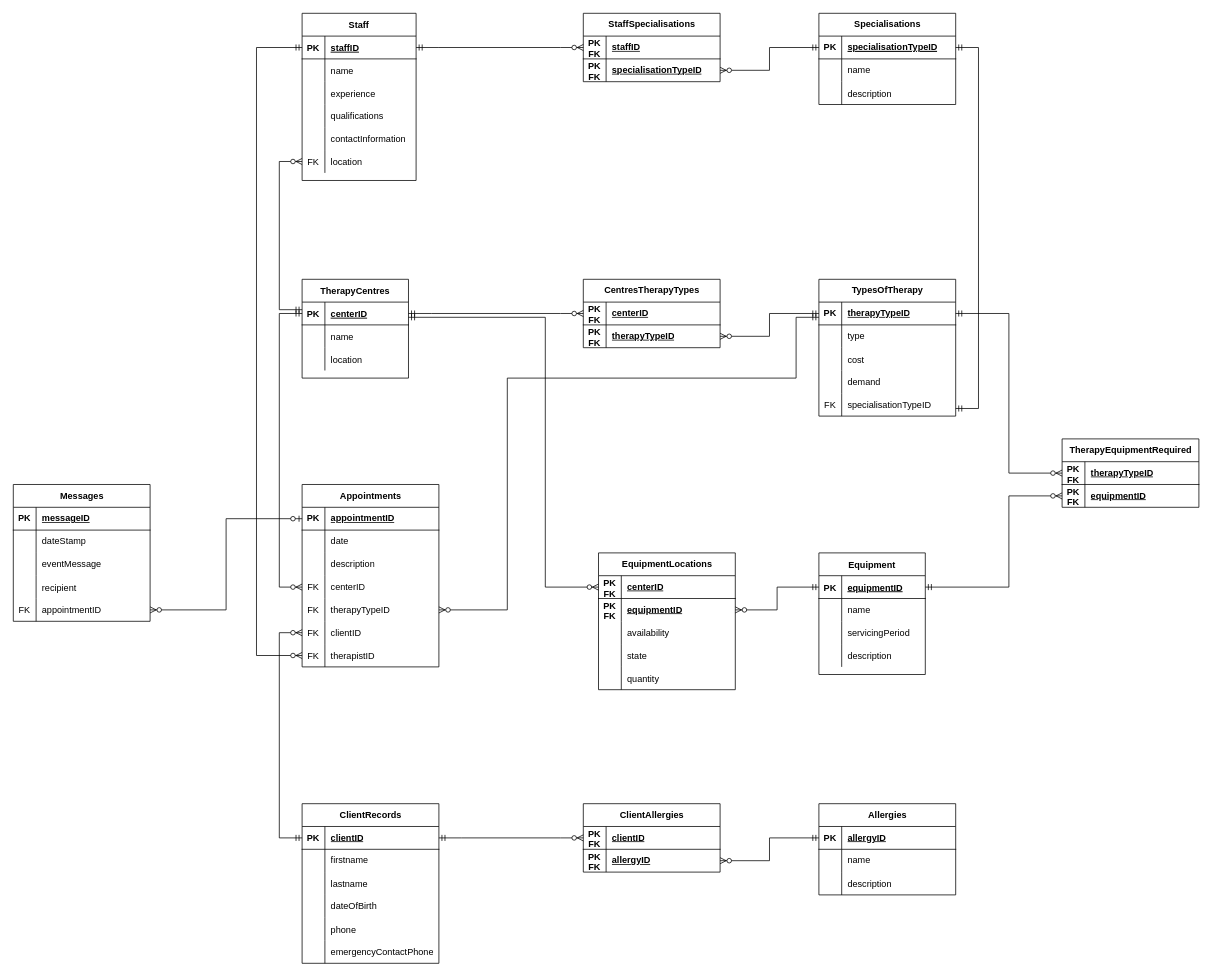
This is Assignment3A.drawio from GreenFella/databaseclass, a draw.io file, before an edit. Source tidied: cells renumbered, new cells numbered last; positions are measured from the earlier drawing's top-left corner, leaving out a move shared by most shapes. Both pictures are drawn from the tidied source at 76%, with x=0, y=0 at pixel (13, 13).
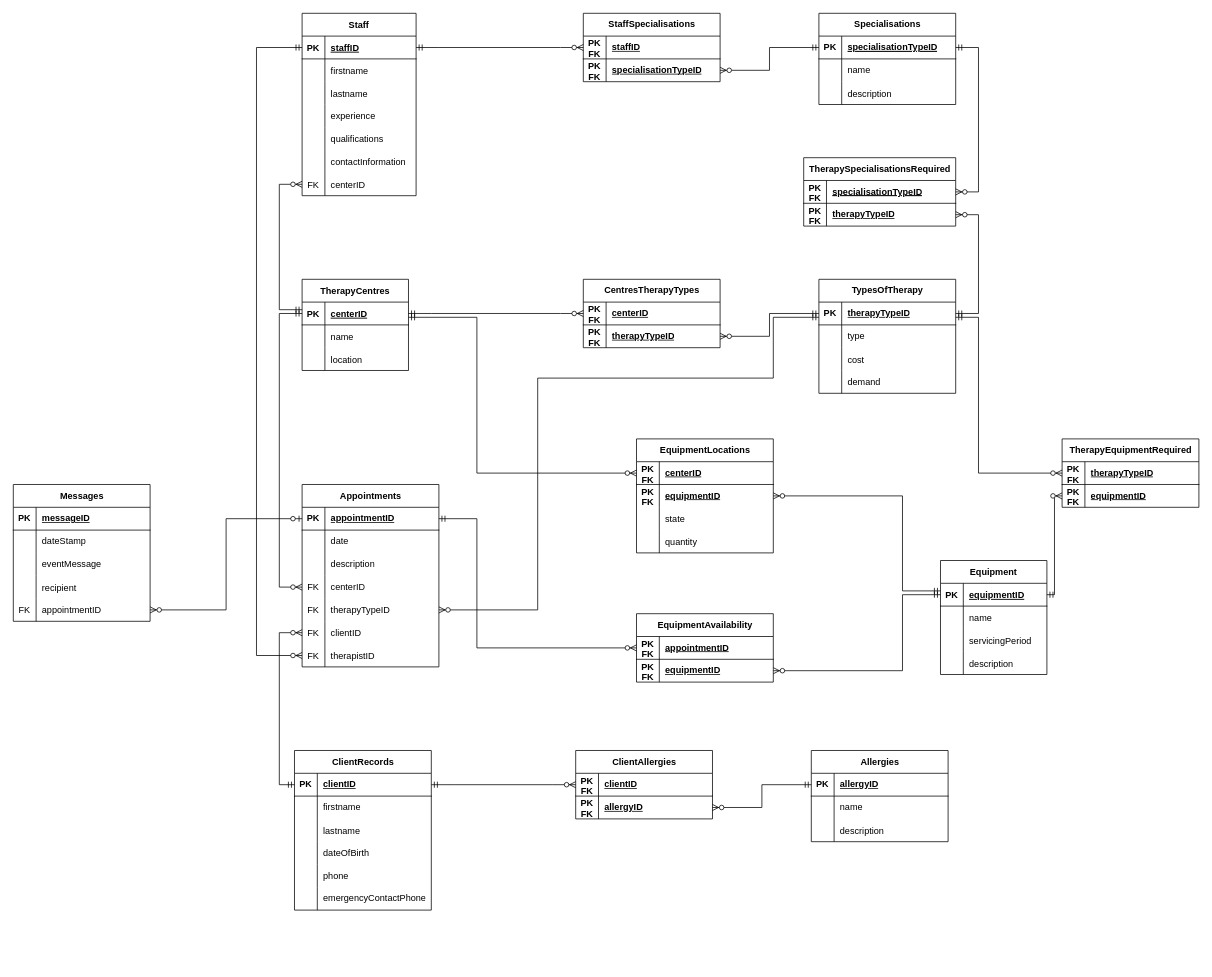
After the change.

The change refers to these unchanged cells:
```xml
<mxCell id="3" style="shape=partialRectangle;fillColor=none;points=[[0,0.5],[1,0.5]];portConstraint=eastwest;top=0;left=0;right=0;bottom=1;" parent="2" vertex="1">
  <mxGeometry y="30" width="140" height="30" as="geometry" />
</mxCell>
<mxCell id="13" style="shape=partialRectangle;fillColor=none;points=[[0,0.5],[1,0.5]];portConstraint=eastwest;top=0;left=0;right=0;bottom=1;" parent="12" vertex="1">
  <mxGeometry y="30" width="140" height="30" as="geometry" />
</mxCell>
<mxCell id="29" style="shape=tableRow;horizontal=0;startSize=0;swimlaneHead=0;swimlaneBody=0;fillColor=none;top=0;left=0;right=0;bottom=0;" parent="25" vertex="1">
  <mxGeometry y="60" width="150" height="30" as="geometry" />
</mxCell>
<mxCell id="45" style="shape=tableRow;horizontal=0;startSize=0;swimlaneHead=0;swimlaneBody=0;fillColor=none;points=[[0,0.5],[1,0.5]];portConstraint=eastwest;top=0;left=0;right=0;bottom=1;" parent="44" vertex="1">
  <mxGeometry y="30" width="180" height="30" as="geometry" />
</mxCell>
<mxCell id="61" style="shape=tableRow;horizontal=0;startSize=0;swimlaneHead=0;swimlaneBody=0;fillColor=none;points=[[0,0.5],[1,0.5]];portConstraint=eastwest;top=0;left=0;right=0;bottom=1;" parent="60" vertex="1">
  <mxGeometry y="30" width="180" height="30" as="geometry" />
</mxCell>
<mxCell id="80" style="shape=tableRow;horizontal=0;startSize=0;swimlaneHead=0;swimlaneBody=0;fillColor=none;points=[[0,0.5],[1,0.5]];portConstraint=eastwest;top=0;left=0;right=0;bottom=1;" parent="79" vertex="1">
  <mxGeometry y="30" width="180" height="30" as="geometry" />
</mxCell>
<mxCell id="92" style="shape=tableRow;horizontal=0;startSize=0;swimlaneHead=0;swimlaneBody=0;fillColor=none;points=[[0,0.5],[1,0.5]];portConstraint=eastwest;top=0;left=0;right=0;bottom=0;" parent="79" vertex="1">
  <mxGeometry y="150" width="180" height="30" as="geometry" />
</mxCell>
<mxCell id="95" style="shape=tableRow;horizontal=0;startSize=0;swimlaneHead=0;swimlaneBody=0;fillColor=none;points=[[0,0.5],[1,0.5]];portConstraint=eastwest;top=0;left=0;right=0;bottom=0;" parent="79" vertex="1">
  <mxGeometry y="180" width="180" height="30" as="geometry" />
</mxCell>
<mxCell id="119" style="shape=tableRow;horizontal=0;startSize=0;swimlaneHead=0;swimlaneBody=0;fillColor=none;points=[[0,0.5],[1,0.5]];portConstraint=eastwest;top=0;left=0;right=0;bottom=1;" parent="118" vertex="1">
  <mxGeometry y="30" width="180" height="30" as="geometry" />
</mxCell>
<mxCell id="152" style="shape=tableRow;horizontal=0;startSize=0;swimlaneHead=0;swimlaneBody=0;fillColor=none;points=[[0,0.5],[1,0.5]];portConstraint=eastwest;top=0;left=0;right=0;bottom=1;" parent="151" vertex="1">
  <mxGeometry y="30" width="180" height="30" as="geometry" />
</mxCell>
<mxCell id="155" style="shape=tableRow;horizontal=0;startSize=0;swimlaneHead=0;swimlaneBody=0;fillColor=none;points=[[0,0.5],[1,0.5]];portConstraint=eastwest;top=0;left=0;right=0;bottom=0;" parent="151" vertex="1">
  <mxGeometry y="60" width="180" height="30" as="geometry" />
</mxCell>
<mxCell id="163" style="shape=tableRow;horizontal=0;startSize=0;swimlaneHead=0;swimlaneBody=0;fillColor=none;points=[[0,0.5],[1,0.5]];portConstraint=eastwest;top=0;left=0;right=0;bottom=1;" parent="162" vertex="1">
  <mxGeometry y="30" width="180" height="30" as="geometry" />
</mxCell>
<mxCell id="166" style="shape=tableRow;horizontal=0;startSize=0;swimlaneHead=0;swimlaneBody=0;fillColor=none;points=[[0,0.5],[1,0.5]];portConstraint=eastwest;top=0;left=0;right=0;bottom=0;" parent="162" vertex="1">
  <mxGeometry y="60" width="180" height="30" as="geometry" />
</mxCell>
```

Change to the diagram source:
```diff
@@
     <mxCell id="2" value="TherapyCentres" style="shape=table;startSize=30;childLayout=tableLayout;rowLines=0;fontStyle=1;align=center;" parent="1" vertex="1">
-      <mxGeometry x="380" y="350" width="140" height="130" as="geometry" />
+      <mxGeometry x="380" y="350" width="140" height="120" as="geometry" />
     </mxCell>
@@
     <mxCell id="12" value="Equipment" style="shape=table;startSize=30;childLayout=tableLayout;rowLines=0;fontStyle=1;align=center;" parent="1" vertex="1">
-      <mxGeometry x="1060" y="710" width="140" height="160" as="geometry" />
+      <mxGeometry x="1220" y="720" width="140" height="150" as="geometry" />
     </mxCell>
@@
     <mxCell id="25" value="Staff" style="shape=table;startSize=30;childLayout=tableLayout;rowLines=0;fontStyle=1;align=center;" parent="1" vertex="1">
-      <mxGeometry x="380" width="150" height="220" as="geometry" />
+      <mxGeometry x="380" width="150" height="240" as="geometry" />
     </mxCell>
@@
-    <mxCell id="31" value="name" style="shape=partialRectangle;fillColor=none;top=0;left=0;bottom=0;right=0;align=left;spacingLeft=6;overflow=hidden;" parent="29" vertex="1">
+    <mxCell id="31" value="firstname" style="shape=partialRectangle;fillColor=none;top=0;left=0;bottom=0;right=0;align=left;spacingLeft=6;overflow=hidden;" parent="29" vertex="1">
       <mxGeometry x="30" width="120" height="30" as="geometry" />
     </mxCell>
+    <mxCell id="199" style="shape=tableRow;horizontal=0;startSize=0;swimlaneHead=0;swimlaneBody=0;fillColor=none;top=0;left=0;right=0;bottom=0;" parent="25" vertex="1">
+      <mxGeometry y="90" width="150" height="30" as="geometry" />
+    </mxCell>
+    <mxCell id="170" style="shape=partialRectangle;fillColor=none;top=0;left=0;bottom=0;right=0;overflow=hidden;" parent="199" vertex="1">
+      <mxGeometry width="30" height="30" as="geometry" />
+    </mxCell>
+    <mxCell id="200" value="lastname" style="shape=partialRectangle;fillColor=none;top=0;left=0;bottom=0;right=0;align=left;spacingLeft=6;overflow=hidden;" parent="199" vertex="1">
+      <mxGeometry x="30" width="120" height="30" as="geometry" />
+    </mxCell>
     <mxCell id="32" style="shape=tableRow;horizontal=0;startSize=0;swimlaneHead=0;swimlaneBody=0;fillColor=none;top=0;left=0;right=0;bottom=0;" parent="25" vertex="1">
-      <mxGeometry y="90" width="150" height="30" as="geometry" />
+      <mxGeometry y="120" width="150" height="30" as="geometry" />
     </mxCell>
@@
     <mxCell id="35" style="shape=tableRow;horizontal=0;startSize=0;swimlaneHead=0;swimlaneBody=0;fillColor=none;top=0;left=0;right=0;bottom=0;" parent="25" vertex="1">
-      <mxGeometry y="120" width="150" height="30" as="geometry" />
+      <mxGeometry y="150" width="150" height="30" as="geometry" />
     </mxCell>
@@
     <mxCell id="38" style="shape=tableRow;horizontal=0;startSize=0;swimlaneHead=0;swimlaneBody=0;fillColor=none;top=0;left=0;right=0;bottom=0;" parent="25" vertex="1">
-      <mxGeometry y="150" width="150" height="30" as="geometry" />
+      <mxGeometry y="180" width="150" height="30" as="geometry" />
     </mxCell>
@@
     <mxCell id="41" style="shape=partialRectangle;fillColor=none;points=[[0,0.5],[1,0.5]];portConstraint=eastwest;top=0;left=0;right=0;bottom=0;" parent="25" vertex="1">
-      <mxGeometry y="180" width="150" height="30" as="geometry" />
+      <mxGeometry y="210" width="150" height="30" as="geometry" />
     </mxCell>
@@
-    <mxCell id="43" value="location" style="shape=partialRectangle;overflow=hidden;fillColor=none;top=0;left=0;bottom=0;right=0;align=left;spacingLeft=6;" parent="41" vertex="1">
+    <mxCell id="43" value="centerID" style="shape=partialRectangle;overflow=hidden;fillColor=none;top=0;left=0;bottom=0;right=0;align=left;spacingLeft=6;" parent="41" vertex="1">
       <mxGeometry x="30" width="120" height="30" as="geometry" />
     </mxCell>
     <mxCell id="44" value="TypesOfTherapy" style="shape=table;startSize=30;childLayout=tableLayout;rowLines=0;fontStyle=1;align=center;html=1;" parent="1" vertex="1">
-      <mxGeometry x="1060" y="350" width="180" height="180" as="geometry" />
+      <mxGeometry x="1060" y="350" width="180" height="150" as="geometry" />
     </mxCell>
@@
-    <mxCell id="57" style="shape=tableRow;horizontal=0;startSize=0;swimlaneHead=0;swimlaneBody=0;fillColor=none;points=[[0,0.5],[1,0.5]];portConstraint=eastwest;top=0;left=0;right=0;bottom=0;" parent="44" vertex="1">
-      <mxGeometry y="150" width="180" height="30" as="geometry" />
-    </mxCell>
-    <mxCell id="58" value="FK" style="shape=partialRectangle;fillColor=none;top=0;left=0;bottom=0;right=0;overflow=hidden;" parent="57" vertex="1">
-      <mxGeometry width="30" height="30" as="geometry" />
-    </mxCell>
-    <mxCell id="59" value="specialisationTypeID" style="shape=partialRectangle;fillColor=none;top=0;left=0;bottom=0;right=0;align=left;spacingLeft=6;overflow=hidden;" parent="57" vertex="1">
-      <mxGeometry x="30" width="150" height="30" as="geometry" />
-    </mxCell>
     <mxCell id="60" value="ClientRecords" style="shape=table;startSize=30;childLayout=tableLayout;rowLines=0;fontStyle=1;align=center;html=1;" parent="1" vertex="1">
-      <mxGeometry x="380" y="1040" width="180" height="210" as="geometry" />
+      <mxGeometry x="370" y="970" width="180" height="210" as="geometry" />
     </mxCell>
@@
-    <mxCell id="129" style="edgeStyle=orthogonalEdgeStyle;fontSize=12;html=1;endArrow=ERmandOne;startArrow=ERmandOne;rounded=0;" parent="1" edge="1" source="57" target="119">
-      <mxGeometry relative="1" as="geometry">
-        <Array as="points">
-          <mxPoint x="1270" y="520" />
-          <mxPoint x="1270" y="45" />
-        </Array>
-      </mxGeometry>
-    </mxCell>
     <mxCell id="130" style="shape=partialRectangle;fillColor=none;top=0;left=0;bottom=0;right=0;overflow=hidden;whiteSpace=wrap;html=1;" parent="1" vertex="1">
-      <mxGeometry x="930" y="1020" width="30" height="30" as="geometry" />
+      <mxGeometry x="930" y="1040" width="30" height="30" as="geometry" />
     </mxCell>
     <mxCell id="131" value="ClientAllergies" style="shape=table;startSize=30;childLayout=tableLayout;rowLines=0;fontStyle=1;align=center;html=1;" parent="1" vertex="1">
-      <mxGeometry x="750" y="1040" width="180" height="90" as="geometry" />
+      <mxGeometry x="740" y="970" width="180" height="90" as="geometry" />
     </mxCell>
@@
     <mxCell id="139" value="Allergies" style="shape=table;startSize=30;childLayout=tableLayout;rowLines=0;fontStyle=1;align=center;html=1;" parent="1" vertex="1">
-      <mxGeometry x="1060" y="1040" width="180" height="120" as="geometry" />
+      <mxGeometry x="1050" y="970" width="180" height="120" as="geometry" />
     </mxCell>
@@
     <mxCell id="158" style="edgeStyle=orthogonalEdgeStyle;fontSize=12;html=1;endArrow=ERzeroToMany;startArrow=ERmandOne;rounded=0;" parent="1" edge="1" source="13" target="155">
       <mxGeometry relative="1" as="geometry">
         <Array as="points">
-          <mxPoint x="1310" y="755" />
-          <mxPoint x="1310" y="635" />
+          <mxPoint x="1370" y="765" />
+          <mxPoint x="1370" y="635" />
         </Array>
       </mxGeometry>
     </mxCell>
     <mxCell id="159" style="edgeStyle=orthogonalEdgeStyle;fontSize=12;html=1;endArrow=ERzeroToMany;startArrow=ERmandOne;rounded=0;" parent="1" edge="1" source="45" target="152">
-      <mxGeometry relative="1" as="geometry" />
+      <mxGeometry relative="1" as="geometry">
+        <Array as="points">
+          <mxPoint x="1270" y="400" />
+          <mxPoint x="1270" y="605" />
+        </Array>
+      </mxGeometry>
     </mxCell>
     <mxCell id="160" style="edgeStyle=orthogonalEdgeStyle;fontSize=12;html=1;endArrow=ERzeroToMany;startArrow=ERmandOne;rounded=0;entryX=0;entryY=0.5;entryDx=0;entryDy=0;" parent="1" edge="1" source="61" target="95">
       <mxGeometry relative="1" as="geometry">
         <Array as="points">
-          <mxPoint x="350" y="1085" />
+          <mxPoint x="350" y="1015" />
           <mxPoint x="350" y="815" />
         </Array>
       </mxGeometry>
     </mxCell>
     <mxCell id="161" style="edgeStyle=orthogonalEdgeStyle;fontSize=12;html=1;endArrow=ERzeroToMany;startArrow=ERmandOne;rounded=0;entryX=1;entryY=0.5;entryDx=0;entryDy=0;" parent="1" edge="1" source="45" target="92">
       <mxGeometry relative="1" as="geometry">
         <Array as="points">
-          <mxPoint x="1030" y="400" />
-          <mxPoint x="1030" y="480" />
-          <mxPoint x="650" y="480" />
-          <mxPoint x="650" y="785" />
+          <mxPoint x="1000" y="400" />
+          <mxPoint x="1000" y="480" />
+          <mxPoint x="690" y="480" />
+          <mxPoint x="690" y="785" />
         </Array>
       </mxGeometry>
     </mxCell>
     <mxCell id="162" value="EquipmentLocations" style="shape=table;startSize=30;childLayout=tableLayout;rowLines=0;fontStyle=1;align=center;html=1;" parent="1" vertex="1">
-      <mxGeometry x="770" y="710" width="180" height="180" as="geometry" />
+      <mxGeometry x="820" y="560" width="180" height="150" as="geometry" />
     </mxCell>
@@
-    <mxCell id="169" style="shape=tableRow;horizontal=0;startSize=0;swimlaneHead=0;swimlaneBody=0;fillColor=none;top=0;left=0;right=0;bottom=0;" parent="162" vertex="1">
-      <mxGeometry y="90" width="180" height="30" as="geometry" />
-    </mxCell>
-    <mxCell id="170" style="shape=partialRectangle;fillColor=none;top=0;left=0;bottom=0;right=0;overflow=hidden;" parent="169" vertex="1">
-      <mxGeometry width="30" height="30" as="geometry" />
-    </mxCell>
-    <mxCell id="171" value="availability" style="shape=partialRectangle;fillColor=none;top=0;left=0;bottom=0;right=0;align=left;spacingLeft=6;overflow=hidden;" parent="169" vertex="1">
-      <mxGeometry x="30" width="150" height="30" as="geometry" />
-    </mxCell>
     <mxCell id="172" style="shape=tableRow;horizontal=0;startSize=0;swimlaneHead=0;swimlaneBody=0;fillColor=none;top=0;left=0;right=0;bottom=0;" parent="162" vertex="1">
-      <mxGeometry y="120" width="180" height="30" as="geometry" />
+      <mxGeometry y="90" width="180" height="30" as="geometry" />
     </mxCell>
@@
     <mxCell id="175" style="shape=tableRow;horizontal=0;startSize=0;swimlaneHead=0;swimlaneBody=0;fillColor=none;top=0;left=0;right=0;bottom=0;" parent="162" vertex="1">
-      <mxGeometry y="150" width="180" height="30" as="geometry" />
+      <mxGeometry y="120" width="180" height="30" as="geometry" />
     </mxCell>
@@
     <mxCell id="178" style="edgeStyle=orthogonalEdgeStyle;fontSize=12;html=1;endArrow=ERzeroToMany;startArrow=ERmandOne;rounded=0;" parent="1" edge="1" source="3" target="163">
       <mxGeometry relative="1" as="geometry">
         <Array as="points">
-          <mxPoint x="700" y="400" />
-          <mxPoint x="700" y="755" />
+          <mxPoint x="610" y="400" />
+          <mxPoint x="610" y="605" />
         </Array>
       </mxGeometry>
     </mxCell>
     <mxCell id="179" style="edgeStyle=orthogonalEdgeStyle;fontSize=12;html=1;endArrow=ERzeroToMany;startArrow=ERmandOne;rounded=0;" parent="1" edge="1" source="13" target="166">
-      <mxGeometry relative="1" as="geometry" />
+      <mxGeometry relative="1" as="geometry">
+        <Array as="points">
+          <mxPoint x="1170" y="760" />
+          <mxPoint x="1170" y="635" />
+        </Array>
+      </mxGeometry>
     </mxCell>
@@
-    <mxCell id="198" style="edgeStyle=orthogonalEdgeStyle;fontSize=12;html=1;endArrow=ERzeroToMany;startArrow=ERmandOne;rounded=0;" parent="1" edge="1" source="3" target="41">
+    <mxCell id="198" style="edgeStyle=orthogonalEdgeStyle;fontSize=12;html=1;endArrow=ERzeroToMany;startArrow=ERmandOne;rounded=0;entryX=0;entryY=0.5;entryDx=0;entryDy=0;" parent="1" edge="1" source="3" target="41">
       <mxGeometry relative="1" as="geometry">
         <Array as="points">
           <mxPoint x="350" y="390" />
-          <mxPoint x="350" y="195" />
+          <mxPoint x="350" y="225" />
         </Array>
       </mxGeometry>
     </mxCell>
+    <mxCell id="201" value="EquipmentAvailability" style="shape=table;startSize=30;childLayout=tableLayout;rowLines=0;fontStyle=1;align=center;html=1;" parent="1" vertex="1">
+      <mxGeometry x="820" y="790" width="180" height="90" as="geometry" />
+    </mxCell>
+    <mxCell id="202" style="shape=tableRow;horizontal=0;startSize=0;swimlaneHead=0;swimlaneBody=0;fillColor=none;points=[[0,0.5],[1,0.5]];portConstraint=eastwest;top=0;left=0;right=0;bottom=1;" parent="201" vertex="1">
+      <mxGeometry y="30" width="180" height="30" as="geometry" />
+    </mxCell>
+    <mxCell id="203" value="PK FK" style="shape=partialRectangle;fillColor=none;top=0;left=0;bottom=0;right=0;fontStyle=1;overflow=hidden;whiteSpace=wrap;html=1;" parent="202" vertex="1">
+      <mxGeometry width="30" height="30" as="geometry" />
+    </mxCell>
+    <mxCell id="204" value="&lt;div style=&quot;text-align: center;&quot;&gt;&lt;span style=&quot;text-align: left;&quot;&gt;appointmentID&lt;/span&gt;&lt;br&gt;&lt;/div&gt;" style="shape=partialRectangle;fillColor=none;top=0;left=0;bottom=0;right=0;align=left;spacingLeft=6;fontStyle=5;overflow=hidden;whiteSpace=wrap;html=1;" parent="202" vertex="1">
+      <mxGeometry x="30" width="150" height="30" as="geometry" />
+    </mxCell>
+    <mxCell id="205" style="shape=tableRow;horizontal=0;startSize=0;swimlaneHead=0;swimlaneBody=0;fillColor=none;points=[[0,0.5],[1,0.5]];portConstraint=eastwest;top=0;left=0;right=0;bottom=0;" parent="201" vertex="1">
+      <mxGeometry y="60" width="180" height="30" as="geometry" />
+    </mxCell>
+    <mxCell id="206" value="&lt;b&gt;PK FK&lt;/b&gt;" style="shape=partialRectangle;fillColor=none;top=0;left=0;bottom=0;right=0;overflow=hidden;whiteSpace=wrap;html=1;" parent="205" vertex="1">
+      <mxGeometry width="30" height="30" as="geometry" />
+    </mxCell>
+    <mxCell id="207" value="&lt;span style=&quot;font-weight: 700; text-wrap: nowrap; text-decoration-line: underline;&quot;&gt;equipmentID&lt;/span&gt;" style="shape=partialRectangle;fillColor=none;top=0;left=0;bottom=0;right=0;align=left;spacingLeft=6;overflow=hidden;whiteSpace=wrap;html=1;" parent="205" vertex="1">
+      <mxGeometry x="30" width="150" height="30" as="geometry" />
+    </mxCell>
+    <mxCell id="208" style="edgeStyle=orthogonalEdgeStyle;fontSize=12;html=1;endArrow=ERzeroToMany;startArrow=ERmandOne;rounded=0;entryX=0;entryY=0.5;entryDx=0;entryDy=0;" parent="1" edge="1" source="80" target="202">
+      <mxGeometry relative="1" as="geometry">
+        <Array as="points">
+          <mxPoint x="610" y="665" />
+          <mxPoint x="610" y="835" />
+        </Array>
+      </mxGeometry>
+    </mxCell>
+    <mxCell id="209" style="edgeStyle=orthogonalEdgeStyle;fontSize=12;html=1;endArrow=ERzeroToMany;startArrow=ERmandOne;rounded=0;entryX=1;entryY=0.5;entryDx=0;entryDy=0;exitX=0;exitY=0.5;exitDx=0;exitDy=0;" parent="1" edge="1" source="13" target="205">
+      <mxGeometry relative="1" as="geometry">
+        <Array as="points">
+          <mxPoint x="1170" y="765" />
+          <mxPoint x="1170" y="865" />
+        </Array>
+      </mxGeometry>
+    </mxCell>
+    <mxCell id="210" value="TherapySpecialisationsRequired" style="shape=table;startSize=30;childLayout=tableLayout;rowLines=0;fontStyle=1;align=center;html=1;" parent="1" vertex="1">
+      <mxGeometry x="1040" y="190" width="200" height="90" as="geometry" />
+    </mxCell>
+    <mxCell id="211" style="shape=tableRow;horizontal=0;startSize=0;swimlaneHead=0;swimlaneBody=0;fillColor=none;points=[[0,0.5],[1,0.5]];portConstraint=eastwest;top=0;left=0;right=0;bottom=1;" parent="210" vertex="1">
+      <mxGeometry y="30" width="200" height="30" as="geometry" />
+    </mxCell>
+    <mxCell id="212" value="PK FK" style="shape=partialRectangle;fillColor=none;top=0;left=0;bottom=0;right=0;fontStyle=1;overflow=hidden;whiteSpace=wrap;html=1;" parent="211" vertex="1">
+      <mxGeometry width="30" height="30" as="geometry" />
+    </mxCell>
+    <mxCell id="59" value="&lt;div style=&quot;text-align: center;&quot;&gt;&lt;u style=&quot;text-align: left; font-weight: 400;&quot;&gt;&lt;b&gt;specialisationTypeID&lt;/b&gt;&lt;/u&gt;&lt;br&gt;&lt;/div&gt;" style="shape=partialRectangle;fillColor=none;top=0;left=0;bottom=0;right=0;align=left;spacingLeft=6;fontStyle=5;overflow=hidden;whiteSpace=wrap;html=1;" parent="211" vertex="1">
+      <mxGeometry x="30" width="170" height="30" as="geometry" />
+    </mxCell>
+    <mxCell id="213" style="shape=tableRow;horizontal=0;startSize=0;swimlaneHead=0;swimlaneBody=0;fillColor=none;points=[[0,0.5],[1,0.5]];portConstraint=eastwest;top=0;left=0;right=0;bottom=0;" parent="210" vertex="1">
+      <mxGeometry y="60" width="200" height="30" as="geometry" />
+    </mxCell>
+    <mxCell id="214" value="&lt;b&gt;PK FK&lt;/b&gt;" style="shape=partialRectangle;fillColor=none;top=0;left=0;bottom=0;right=0;overflow=hidden;whiteSpace=wrap;html=1;" parent="213" vertex="1">
+      <mxGeometry width="30" height="30" as="geometry" />
+    </mxCell>
+    <mxCell id="215" value="&lt;span style=&quot;font-weight: 700; text-align: center; text-wrap: nowrap; text-decoration-line: underline;&quot;&gt;therapyTypeID&lt;/span&gt;" style="shape=partialRectangle;fillColor=none;top=0;left=0;bottom=0;right=0;align=left;spacingLeft=6;overflow=hidden;whiteSpace=wrap;html=1;" parent="213" vertex="1">
+      <mxGeometry x="30" width="170" height="30" as="geometry" />
+    </mxCell>
+    <mxCell id="216" style="edgeStyle=entityRelationEdgeStyle;fontSize=12;html=1;endArrow=ERzeroToMany;startArrow=ERmandOne;rounded=0;exitX=1;exitY=0.5;exitDx=0;exitDy=0;entryX=1;entryY=0.5;entryDx=0;entryDy=0;" parent="1" edge="1" source="119" target="211">
+      <mxGeometry relative="1" as="geometry" />
+    </mxCell>
+    <mxCell id="217" style="edgeStyle=entityRelationEdgeStyle;fontSize=12;html=1;endArrow=ERzeroToMany;startArrow=ERmandOne;rounded=0;exitX=1;exitY=0.5;exitDx=0;exitDy=0;entryX=1;entryY=0.5;entryDx=0;entryDy=0;" parent="1" edge="1" source="45" target="213">
+      <mxGeometry relative="1" as="geometry" />
+    </mxCell>
```
